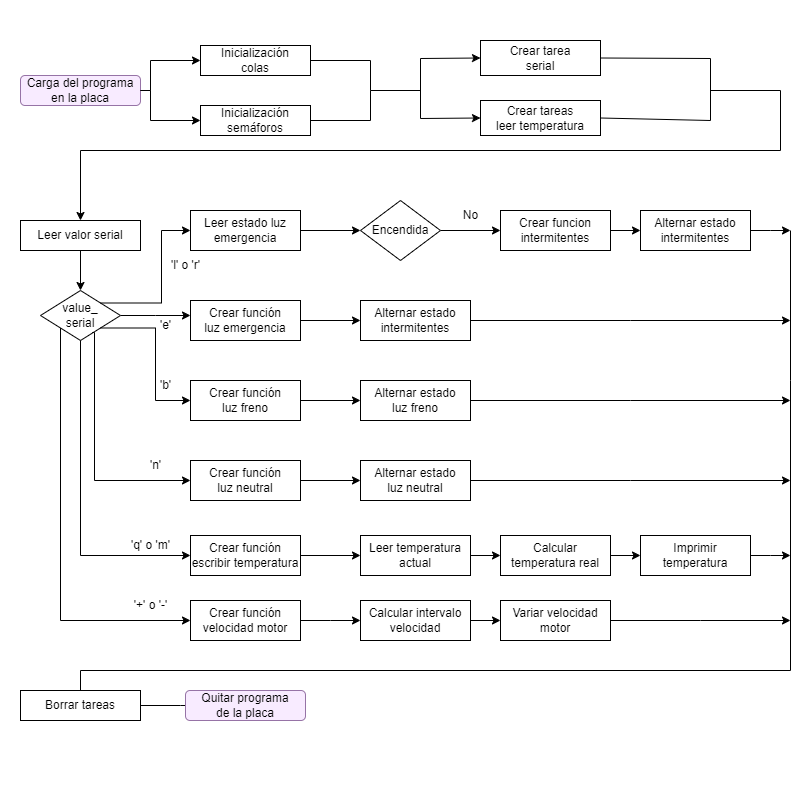
This is doc/imagenes/diagramas/Diagrama_FREERTOS.png from sheiMG/Simplification-of-an-ECU-using-FreeRTOS, a draw.io export, as it was before one commit. Source tidied: cells renumbered, new cells last; positions are measured from the earlier drawing's top-left corner, leaving out a move shared by most shapes.
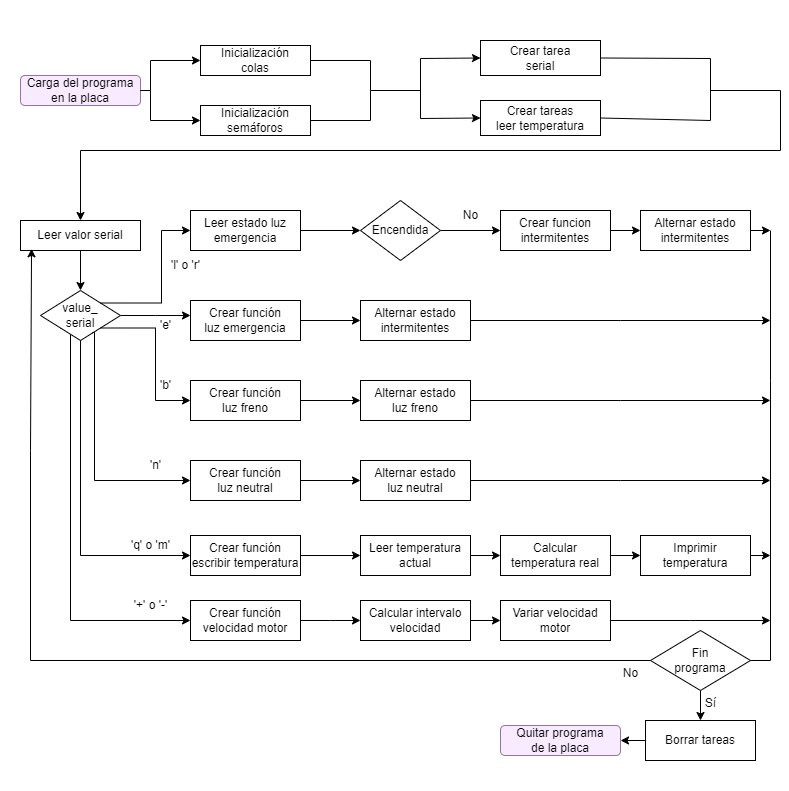
The same diagram one commit later.

Change to the diagram source:
```diff
@@ -46,7 +46,8 @@
       <mxGeometry relative="1" as="geometry">
         <mxPoint x="190" y="620" as="targetPoint" />
         <Array as="points">
-          <mxPoint x="60" y="620" />
+          <mxPoint x="70" y="328" />
+          <mxPoint x="70" y="620" />
         </Array>
       </mxGeometry>
     </mxCell>
@@ -143,7 +144,7 @@
     </mxCell>
     <mxCell id="31" style="edgeStyle=orthogonalEdgeStyle;rounded=0;jettySize=auto;html=1;" parent="1" edge="1" source="32">
       <mxGeometry relative="1" as="geometry">
-        <mxPoint x="790" y="230" as="targetPoint" />
+        <mxPoint x="770" y="230" as="targetPoint" />
       </mxGeometry>
     </mxCell>
     <mxCell id="32" value="Alternar estado intermitentes" style="whiteSpace=wrap;html=1;" parent="1" vertex="1">
@@ -157,7 +158,7 @@
     </mxCell>
     <mxCell id="35" style="edgeStyle=orthogonalEdgeStyle;rounded=0;jettySize=auto;html=1;" parent="1" edge="1" source="36">
       <mxGeometry relative="1" as="geometry">
-        <mxPoint x="790" y="320" as="targetPoint" />
+        <mxPoint x="770" y="320" as="targetPoint" />
       </mxGeometry>
     </mxCell>
     <mxCell id="36" value="Alternar estado intermitentes" style="whiteSpace=wrap;html=1;" parent="1" vertex="1">
@@ -165,7 +166,7 @@
     </mxCell>
     <mxCell id="37" style="edgeStyle=orthogonalEdgeStyle;rounded=0;jettySize=auto;html=1;" parent="1" edge="1" source="38">
       <mxGeometry relative="1" as="geometry">
-        <mxPoint x="790" y="400" as="targetPoint" />
+        <mxPoint x="770" y="400" as="targetPoint" />
       </mxGeometry>
     </mxCell>
     <mxCell id="38" value="Alternar estado&lt;br&gt;luz freno" style="whiteSpace=wrap;html=1;" parent="1" vertex="1">
@@ -196,7 +197,7 @@
     </mxCell>
     <mxCell id="45" style="edgeStyle=orthogonalEdgeStyle;rounded=0;jettySize=auto;html=1;" parent="1" edge="1" source="46">
       <mxGeometry relative="1" as="geometry">
-        <mxPoint x="790" y="480" as="targetPoint" />
+        <mxPoint x="770" y="480" as="targetPoint" />
       </mxGeometry>
     </mxCell>
     <mxCell id="46" value="Alternar estado&lt;br&gt;luz neutral" style="whiteSpace=wrap;html=1;" parent="1" vertex="1">
@@ -235,7 +236,7 @@
     </mxCell>
     <mxCell id="56" style="edgeStyle=orthogonalEdgeStyle;rounded=0;jettySize=auto;html=1;exitX=1;exitY=0.5;exitDx=0;exitDy=0;" parent="1" edge="1" source="57">
       <mxGeometry relative="1" as="geometry">
-        <mxPoint x="790" y="555" as="targetPoint" />
+        <mxPoint x="770" y="555" as="targetPoint" />
       </mxGeometry>
     </mxCell>
     <mxCell id="57" value="Imprimir temperatura" style="whiteSpace=wrap;html=1;" parent="1" vertex="1">
@@ -262,33 +263,44 @@
     </mxCell>
     <mxCell id="63" style="edgeStyle=orthogonalEdgeStyle;rounded=0;jettySize=auto;html=1;exitX=1;exitY=0.5;exitDx=0;exitDy=0;" parent="1" edge="1" source="64">
       <mxGeometry relative="1" as="geometry">
-        <mxPoint x="790" y="620" as="targetPoint" />
+        <mxPoint x="770" y="620" as="targetPoint" />
       </mxGeometry>
     </mxCell>
     <mxCell id="64" value="Variar velocidad&lt;br&gt;motor" style="whiteSpace=wrap;html=1;" parent="1" vertex="1">
       <mxGeometry x="500" y="600" width="110" height="40" as="geometry" />
     </mxCell>
-    <mxCell id="65" style="endArrow=none;html=1;rounded=0;" parent="1" edge="1">
+    <mxCell id="65" style="endArrow=none;html=1;rounded=0;exitX=0.092;exitY=0.944;exitDx=0;exitDy=0;exitPerimeter=0;startArrow=classic;startFill=1;" parent="1" edge="1" source="40">
       <mxGeometry relative="1" as="geometry">
-        <mxPoint x="80" y="710" as="sourcePoint" />
-        <mxPoint x="790" y="230" as="targetPoint" />
+        <mxPoint x="770" y="230" as="targetPoint" />
         <Array as="points">
-          <mxPoint x="80" y="670" />
-          <mxPoint x="790" y="670" />
-          <mxPoint x="790" y="380" />
+          <mxPoint x="30" y="450" />
+          <mxPoint x="30" y="660" />
+          <mxPoint x="770" y="660" />
+          <mxPoint x="770" y="380" />
+          <mxPoint x="770" y="230" />
         </Array>
       </mxGeometry>
     </mxCell>
-    <mxCell id="66" style="edgeStyle=orthogonalEdgeStyle;rounded=0;jettySize=auto;html=1;" parent="1" edge="1" source="67">
-      <mxGeometry relative="1" as="geometry">
-        <mxPoint x="220" y="705" as="targetPoint" />
-      </mxGeometry>
-    </mxCell>
+    <mxCell id="68" value="Quitar programa&lt;br&gt;de la placa" style="rounded=1;whiteSpace=wrap;html=1;fillColor=#F8EBFF;strokeColor=#9673a6;" parent="1" vertex="1">
+      <mxGeometry x="500" y="725" width="120" height="30" as="geometry" />
+    </mxCell>
+    <mxCell id="69" style="edgeStyle=orthogonalEdgeStyle;rounded=0;jettySize=auto;html=1;exitX=0;exitY=0.5;exitDx=0;exitDy=0;entryX=1;entryY=0.5;entryDx=0;entryDy=0;" parent="1" edge="1" source="67" target="68">
+      <mxGeometry relative="1" as="geometry" />
+    </mxCell>
-    <mxCell id="67" value="Borrar tareas" style="rounded=0;whiteSpace=wrap;html=1;" parent="1" vertex="1">
-      <mxGeometry x="20" y="690" width="120" height="30" as="geometry" />
+    <mxCell id="67" value="Borrar tareas" style="whiteSpace=wrap;html=1;" parent="1" vertex="1">
+      <mxGeometry x="645" y="720" width="110" height="40" as="geometry" />
     </mxCell>
-    <mxCell id="68" value="Quitar programa&lt;br&gt;de la placa" style="rounded=1;whiteSpace=wrap;html=1;fillColor=#F8EBFF;strokeColor=#9673a6;" parent="1" vertex="1">
-      <mxGeometry x="185" y="690" width="120" height="30" as="geometry" />
-    </mxCell>
+    <mxCell id="70" style="edgeStyle=orthogonalEdgeStyle;rounded=0;jettySize=auto;html=1;exitX=0.5;exitY=1;exitDx=0;exitDy=0;entryX=0.5;entryY=0;entryDx=0;entryDy=0;" parent="1" edge="1" source="71" target="67">
+      <mxGeometry relative="1" as="geometry" />
+    </mxCell>
+    <mxCell id="71" value="Fin&lt;br&gt;programa" style="rhombus;whiteSpace=wrap;html=1;" parent="1" vertex="1">
+      <mxGeometry x="650" y="630" width="100" height="60" as="geometry" />
+    </mxCell>
+    <mxCell id="72" value="Sí" style="text;html=1;align=center;verticalAlign=middle;strokeColor=none;fillColor=none;" parent="1" vertex="1">
+      <mxGeometry x="695" y="688" width="30" height="30" as="geometry" />
+    </mxCell>
+    <mxCell id="73" value="No" style="text;html=1;align=center;verticalAlign=middle;strokeColor=none;fillColor=none;" parent="1" vertex="1">
+      <mxGeometry x="610" y="658" width="40" height="30" as="geometry" />
+    </mxCell>
   </root>
 </mxGraphModel>
```
